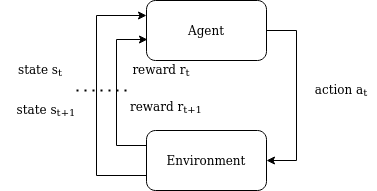
analytiq-hub/sigagent.github.io keeps this draw.io diagram as diagrams/reinforce_learning_control_loop.png. Above is the earlier version. Source tidied: cells renumbered, new cells last; positions are measured from the earlier drawing's top-left corner, leaving out a move shared by most shapes. Source of this version:
```xml
<mxGraphModel>
  <root>
    <mxCell id="0" />
    <mxCell id="1" parent="0" />
    <mxCell id="2" style="edgeStyle=orthogonalEdgeStyle;rounded=0;jettySize=auto;html=1;exitX=1;exitY=0.5;exitDx=0;exitDy=0;entryX=1;entryY=0.5;entryDx=0;entryDy=0;" parent="1" edge="1" source="3" target="6">
      <mxGeometry relative="1" as="geometry">
        <Array as="points">
          <mxPoint x="296" y="30" />
          <mxPoint x="296" y="160" />
        </Array>
      </mxGeometry>
    </mxCell>
    <mxCell id="3" value="Agent" style="rounded=1;whiteSpace=wrap;html=1;" parent="1" vertex="1">
      <mxGeometry x="146" width="120" height="60" as="geometry" />
    </mxCell>
    <mxCell id="4" style="edgeStyle=orthogonalEdgeStyle;rounded=0;jettySize=auto;html=1;exitX=0;exitY=0.75;exitDx=0;exitDy=0;entryX=0;entryY=0.25;entryDx=0;entryDy=0;" parent="1" edge="1" source="6" target="3">
      <mxGeometry relative="1" as="geometry">
        <Array as="points">
          <mxPoint x="96" y="175" />
          <mxPoint x="96" y="15" />
        </Array>
      </mxGeometry>
    </mxCell>
    <mxCell id="5" style="edgeStyle=orthogonalEdgeStyle;rounded=0;jettySize=auto;html=1;exitX=0;exitY=0.25;exitDx=0;exitDy=0;entryX=0.008;entryY=0.65;entryDx=0;entryDy=0;entryPerimeter=0;" parent="1" edge="1" source="6" target="3">
      <mxGeometry relative="1" as="geometry">
        <Array as="points">
          <mxPoint x="116" y="145" />
          <mxPoint x="116" y="39" />
        </Array>
      </mxGeometry>
    </mxCell>
    <mxCell id="6" value="Environment" style="rounded=1;whiteSpace=wrap;html=1;" parent="1" vertex="1">
      <mxGeometry x="146" y="130" width="120" height="60" as="geometry" />
    </mxCell>
    <mxCell id="7" value="action a&lt;sub&gt;t&lt;/sub&gt;" style="text;html=1;strokeColor=none;fillColor=none;align=center;verticalAlign=middle;whiteSpace=wrap;rounded=0;" parent="1" vertex="1">
      <mxGeometry x="306" y="80" width="70" height="20" as="geometry" />
    </mxCell>
    <mxCell id="8" value="reward r&lt;sub&gt;t&lt;/sub&gt;" style="text;html=1;strokeColor=none;fillColor=none;align=center;verticalAlign=middle;whiteSpace=wrap;rounded=0;" parent="1" vertex="1">
      <mxGeometry x="126" y="60" width="70" height="20" as="geometry" />
    </mxCell>
    <mxCell id="9" value="state s&lt;sub&gt;t&lt;/sub&gt;" style="text;html=1;strokeColor=none;fillColor=none;align=center;verticalAlign=middle;whiteSpace=wrap;rounded=0;" parent="1" vertex="1">
      <mxGeometry y="60" width="80" height="20" as="geometry" />
    </mxCell>
    <mxCell id="10" value="state s&lt;sub&gt;t+1&lt;/sub&gt;" style="text;html=1;strokeColor=none;fillColor=none;align=center;verticalAlign=middle;whiteSpace=wrap;rounded=0;" parent="1" vertex="1">
      <mxGeometry x="6" y="100" width="80" height="20" as="geometry" />
    </mxCell>
    <mxCell id="11" value="reward r&lt;sub&gt;t+1&lt;/sub&gt;" style="text;html=1;strokeColor=none;fillColor=none;align=center;verticalAlign=middle;whiteSpace=wrap;rounded=0;" parent="1" vertex="1">
      <mxGeometry x="126" y="97" width="80" height="20" as="geometry" />
    </mxCell>
    <mxCell id="12" style="endArrow=none;dashed=1;html=1;dashPattern=1 3;strokeWidth=2;" parent="1" edge="1">
      <mxGeometry relative="1" as="geometry">
        <mxPoint x="76" y="90" as="sourcePoint" />
        <mxPoint x="126" y="90" as="targetPoint" />
      </mxGeometry>
    </mxCell>
  </root>
</mxGraphModel>
```
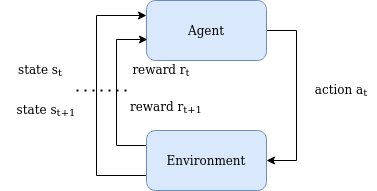
Above is the later version.

Diff of the diagram source:
```diff
@@ -1,4 +1,4 @@
-<mxGraphModel>
+<mxGraphModel background="#FFFFFF">
   <root>
     <mxCell id="0" />
     <mxCell id="1" parent="0" />
@@ -10,7 +10,7 @@
         </Array>
       </mxGeometry>
     </mxCell>
-    <mxCell id="3" value="Agent" style="rounded=1;whiteSpace=wrap;html=1;" parent="1" vertex="1">
+    <mxCell id="3" value="Agent" style="rounded=1;whiteSpace=wrap;html=1;fillColor=#dae8fc;strokeColor=#6c8ebf;" parent="1" vertex="1">
       <mxGeometry x="146" width="120" height="60" as="geometry" />
     </mxCell>
     <mxCell id="4" style="edgeStyle=orthogonalEdgeStyle;rounded=0;jettySize=auto;html=1;exitX=0;exitY=0.75;exitDx=0;exitDy=0;entryX=0;entryY=0.25;entryDx=0;entryDy=0;" parent="1" edge="1" source="6" target="3">
@@ -29,7 +29,7 @@
         </Array>
       </mxGeometry>
     </mxCell>
-    <mxCell id="6" value="Environment" style="rounded=1;whiteSpace=wrap;html=1;" parent="1" vertex="1">
+    <mxCell id="6" value="Environment" style="rounded=1;whiteSpace=wrap;html=1;fillColor=#dae8fc;strokeColor=#6c8ebf;" parent="1" vertex="1">
       <mxGeometry x="146" y="130" width="120" height="60" as="geometry" />
     </mxCell>
     <mxCell id="7" value="action a&lt;sub&gt;t&lt;/sub&gt;" style="text;html=1;strokeColor=none;fillColor=none;align=center;verticalAlign=middle;whiteSpace=wrap;rounded=0;" parent="1" vertex="1">
```
